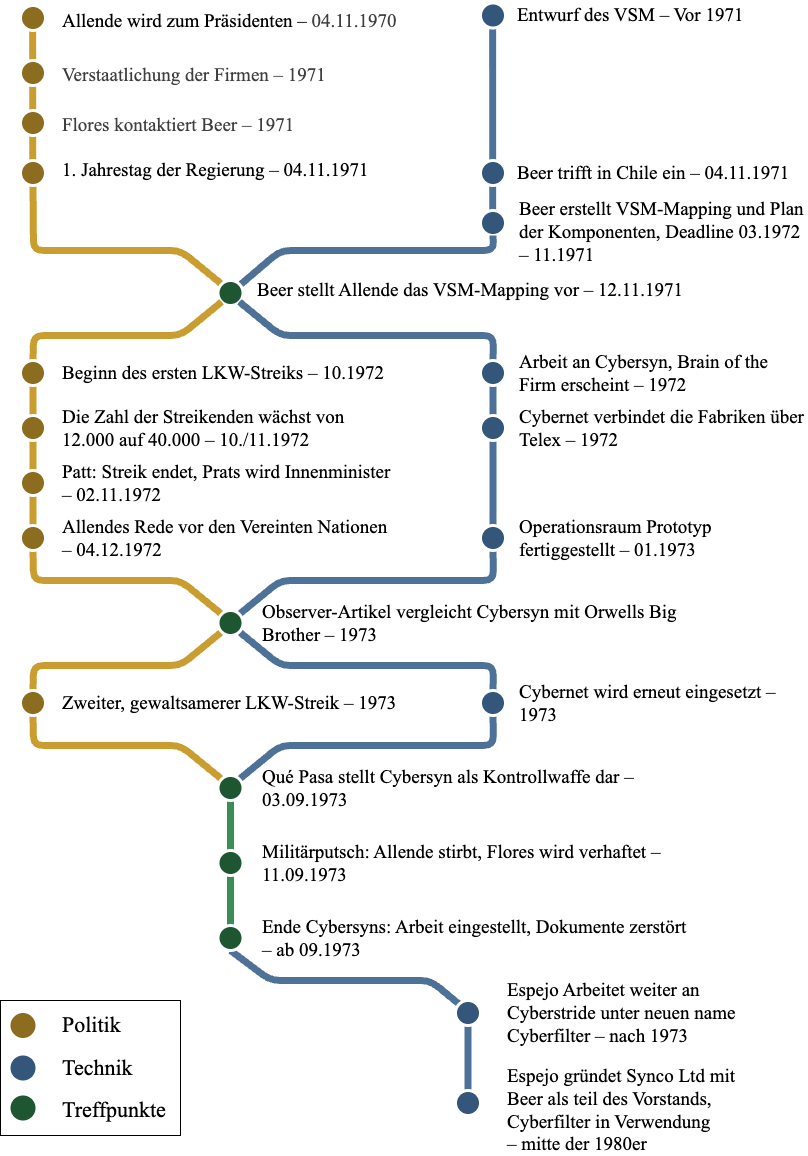
The draw.io diagram abbildungen/zeitstarhl.png in LevinTheDoctor/fom-typst-template, before a commit. Source tidied: cells renumbered, new cells last; positions are measured from the earlier drawing's top-left corner, leaving out a move shared by most shapes.
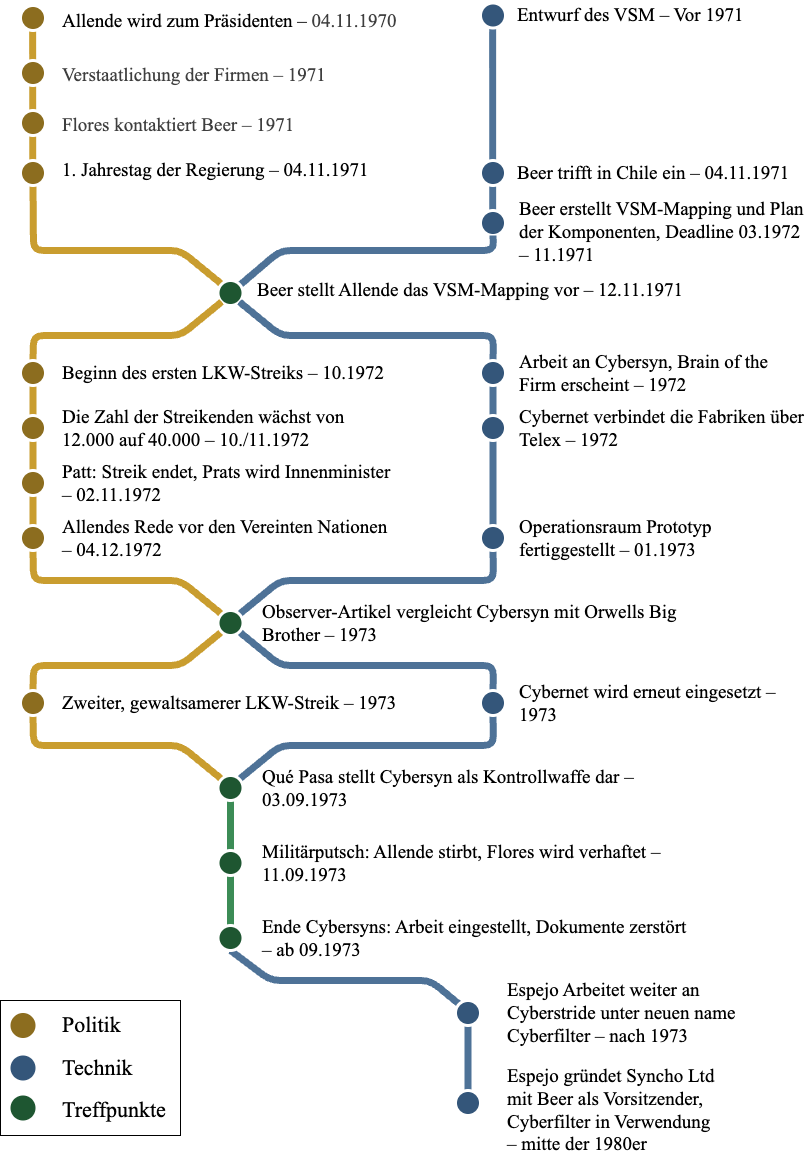
After the commit.

The edit, as a diff of the source:
```diff
@@ -279,7 +279,7 @@
     <mxCell id="70" style="ellipse;whiteSpace=wrap;html=1;strokeColor=#FFFFFF;fillColor=#34567A;strokeWidth=3;" parent="1" vertex="1">
       <mxGeometry x="455" y="1090" width="25" height="25" as="geometry" />
     </mxCell>
-    <mxCell id="71" value="&lt;div style=&quot;&quot;&gt;&lt;font face=&quot;Times New Roman&quot;&gt;&lt;span style=&quot;font-size: 19px;&quot;&gt;Espejo gründet Synco Ltd mit Beer als teil des Vorstands, Cyberfilter in Verwendung&amp;nbsp;&lt;/span&gt;&lt;/font&gt;&lt;/div&gt;&lt;div style=&quot;&quot;&gt;&lt;font face=&quot;Times New Roman&quot;&gt;&lt;span style=&quot;font-size: 19px;&quot;&gt;– mitte der 1980er&amp;nbsp;&amp;nbsp;&lt;/span&gt;&lt;/font&gt;&lt;/div&gt;" style="text;html=1;align=left;verticalAlign=middle;whiteSpace=wrap;rounded=0;" parent="1" vertex="1">
+    <mxCell id="71" value="&lt;div style=&quot;&quot;&gt;&lt;font face=&quot;Times New Roman&quot;&gt;&lt;span style=&quot;font-size: 19px;&quot;&gt;Espejo gründet Syncho Ltd mit Beer als Vorsitzender, Cyberfilter in Verwendung&amp;nbsp;&lt;/span&gt;&lt;/font&gt;&lt;/div&gt;&lt;div style=&quot;&quot;&gt;&lt;font face=&quot;Times New Roman&quot;&gt;&lt;span style=&quot;font-size: 19px;&quot;&gt;– mitte der 1980er&amp;nbsp;&amp;nbsp;&lt;/span&gt;&lt;/font&gt;&lt;/div&gt;" style="text;html=1;align=left;verticalAlign=middle;whiteSpace=wrap;rounded=0;" parent="1" vertex="1">
       <mxGeometry x="505" y="1090" width="235" height="40" as="geometry" />
     </mxCell>
   </root>
```
